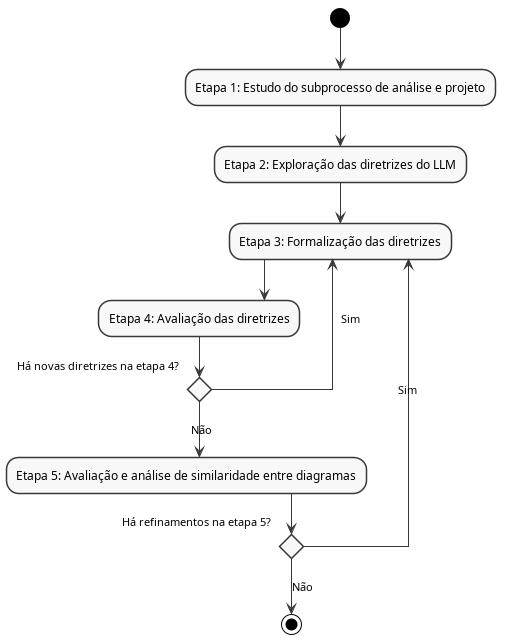
Earlier version of the PlantUML export DescricaoProjeto/out/diagAtividades-Metodologia.png (carloshenriquehannas/TCC). Its source is kept beside it as DescricaoProjeto/diagAtividades-Metodologia.puml. Its diagram source:
```plantuml
@startuml diagAtividades-Metodologia
skinparam linetype ortho
skinparam shadowing false
skinparam monochrome true
top to bottom direction

<style>
activityDiagram {
  activity {
    RoundCorner 0
  }
}
</style>
skinparam Shadowing false

(*) --> "Etapa 1: Estudo do subprocesso de análise e projeto" as e1
e1  --> "Etapa 2: Exploração das diretrizes do LLM"           as e2
e2  --> "Etapa 3: Formalização das diretrizes"                as e3
e3  --> "Etapa 4: Avaliação das diretrizes"                            as e4

if "Há novas diretrizes na etapa 4?" then
  --> [Sim]  e3
else
  -->[Não] "Etapa 5: Avaliação e análise de similaridade entre diagramas"          as e5
endif

if "Há refinamentos na etapa 5?" then
  -->[Sim]  e3
else
  -->[Não] (*)
endif
@enduml
```
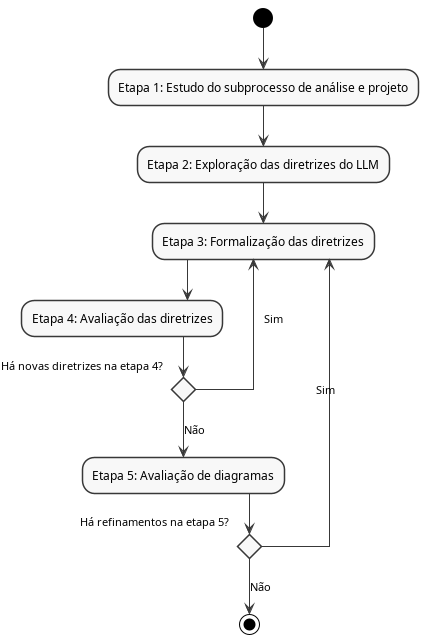
Above is the later version.

The edit, as a diff of the source:
```diff
@@ -21,7 +21,7 @@
 if "Há novas diretrizes na etapa 4?" then
   --> [Sim]  e3
 else
-  -->[Não] "Etapa 5: Avaliação e análise de similaridade entre diagramas"          as e5
+  -->[Não] "Etapa 5: Avaliação de diagramas"          as e5
 endif
 
 if "Há refinamentos na etapa 5?" then
```
